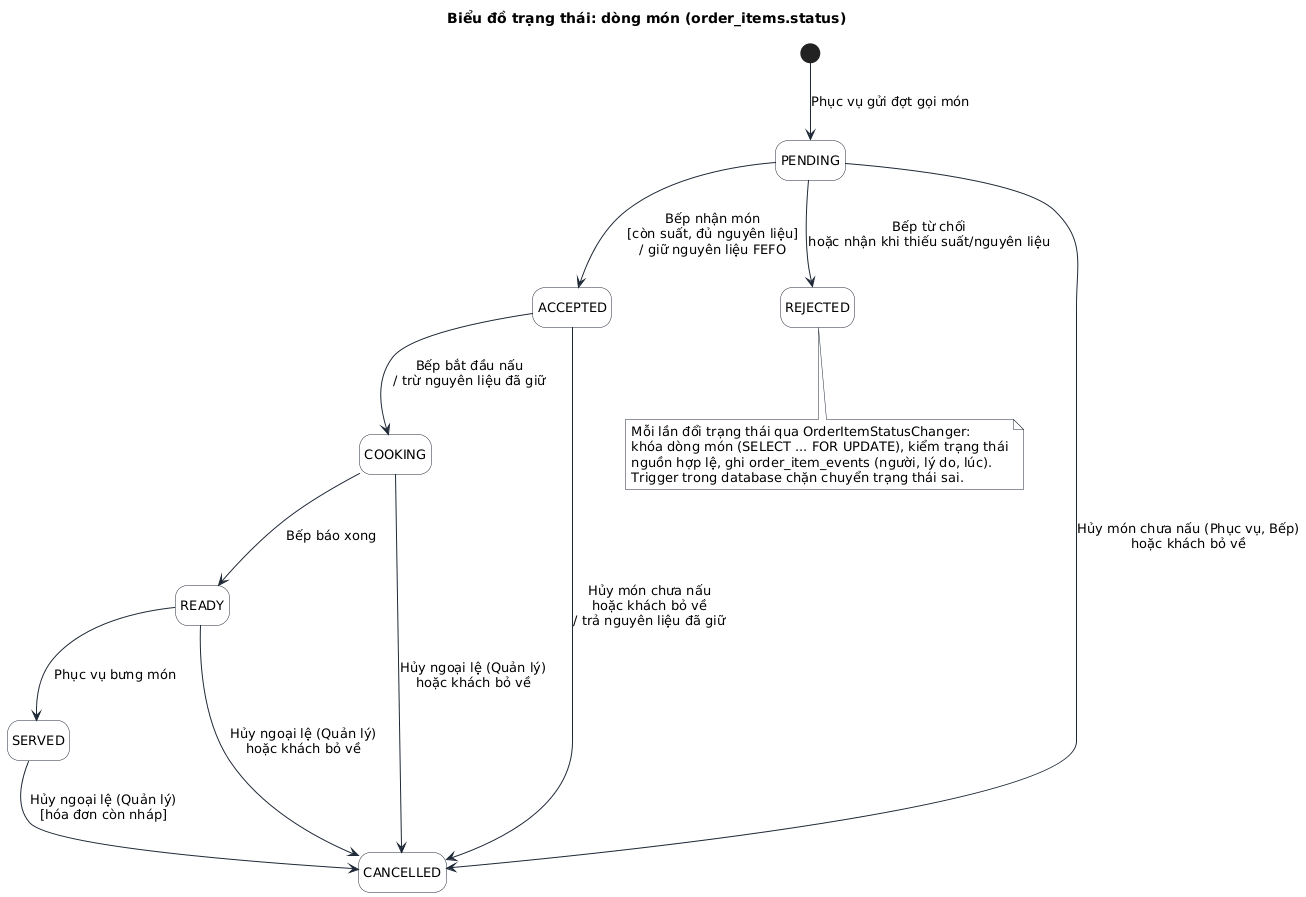
Before: docs/bao-cao-ltnc/uml/state-mon.png, a diagram exported from PlantUML (Anpham120/restaurant-management-system). Its diagram source:
```plantuml
@startuml
!include _style.iuml
skinparam state {
  BackgroundColor #FFFFFF
  BorderColor #1F2937
}
hide empty description
title Biểu đồ trạng thái: dòng món (order_items.status)
[*] --> PENDING : Phục vụ gửi đợt gọi món
PENDING --> ACCEPTED : Bếp nhận món\n[còn suất, đủ nguyên liệu]\n/ giữ nguyên liệu FEFO
PENDING --> REJECTED : Bếp từ chối\nhoặc nhận khi thiếu suất/nguyên liệu
ACCEPTED --> COOKING : Bếp bắt đầu nấu\n/ trừ nguyên liệu đã giữ
COOKING --> READY : Bếp báo xong
READY --> SERVED : Phục vụ bưng món
PENDING --> CANCELLED : Hủy món chưa nấu (Phục vụ, Bếp)\nhoặc khách bỏ về
ACCEPTED --> CANCELLED : Hủy món chưa nấu\nhoặc khách bỏ về\n/ trả nguyên liệu đã giữ
COOKING --> CANCELLED : Hủy ngoại lệ (Quản lý)\nhoặc khách bỏ về
READY --> CANCELLED : Hủy ngoại lệ (Quản lý)\nhoặc khách bỏ về
SERVED --> CANCELLED : Hủy ngoại lệ (Quản lý)\n[hóa đơn còn nháp]
note bottom of REJECTED
  Mỗi lần đổi trạng thái qua OrderItemStatusChanger:
  khóa dòng món (SELECT ... FOR UPDATE), kiểm trạng thái
  nguồn hợp lệ, ghi order_item_events (người, lý do, lúc).
  Trigger trong database chặn chuyển trạng thái sai.
end note
@enduml
```
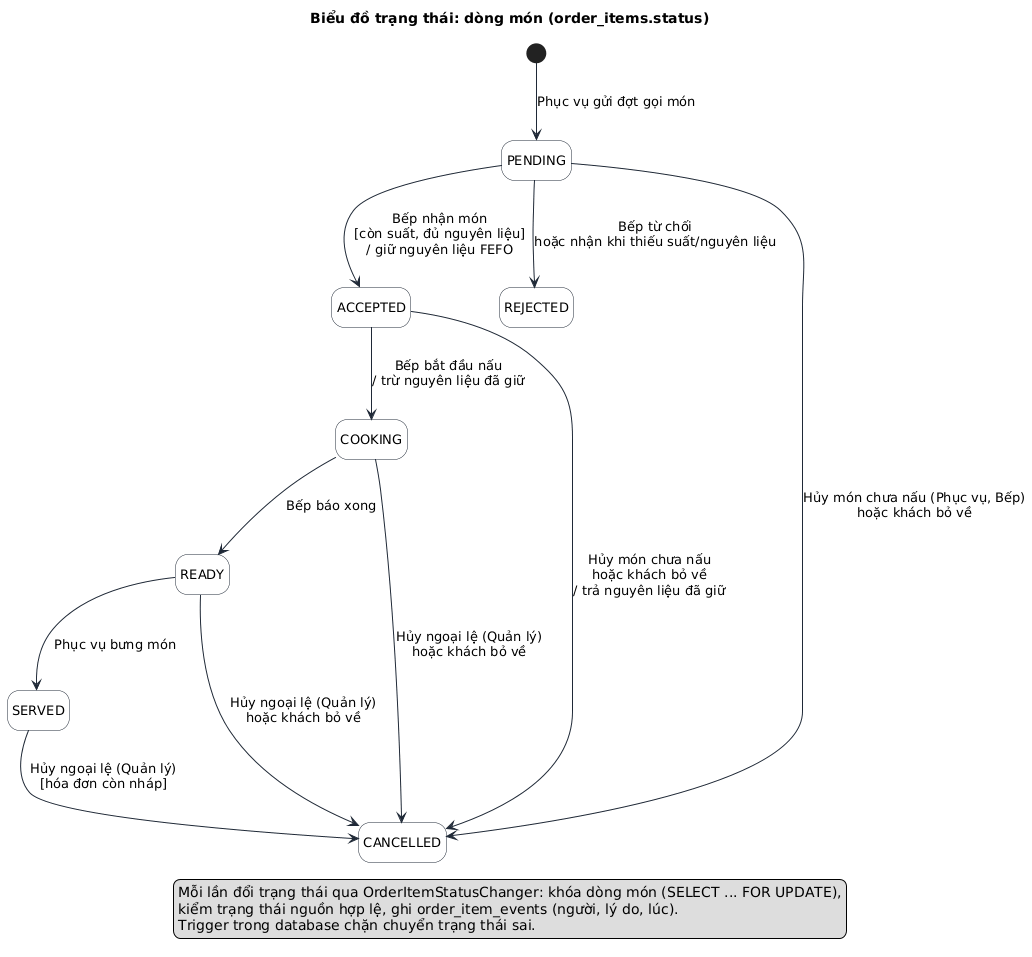
Later version of the same file.

What changed in the source:
```diff
@@ -17,10 +17,9 @@
 COOKING --> CANCELLED : Hủy ngoại lệ (Quản lý)\nhoặc khách bỏ về
 READY --> CANCELLED : Hủy ngoại lệ (Quản lý)\nhoặc khách bỏ về
 SERVED --> CANCELLED : Hủy ngoại lệ (Quản lý)\n[hóa đơn còn nháp]
-note bottom of REJECTED
-  Mỗi lần đổi trạng thái qua OrderItemStatusChanger:
-  khóa dòng món (SELECT ... FOR UPDATE), kiểm trạng thái
-  nguồn hợp lệ, ghi order_item_events (người, lý do, lúc).
+legend bottom
+  Mỗi lần đổi trạng thái qua OrderItemStatusChanger: khóa dòng món (SELECT ... FOR UPDATE),
+  kiểm trạng thái nguồn hợp lệ, ghi order_item_events (người, lý do, lúc).
   Trigger trong database chặn chuyển trạng thái sai.
-end note
+endlegend
 @enduml
```
